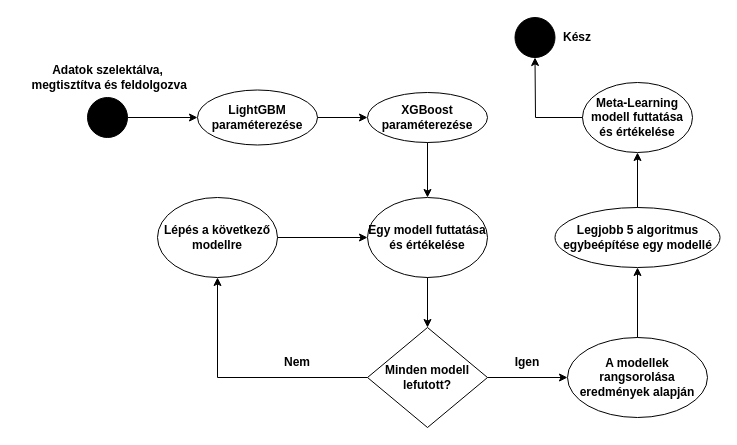
This is Modellek.drawio from HabanAndras/Gepi-latas, a draw.io file, before an edit. Source tidied: cells renumbered, new cells numbered last; positions are measured from the earlier drawing's top-left corner, leaving out a move shared by most shapes. Both pictures are drawn from the tidied source at 100%, with x=0, y=0 at pixel (17, 17).
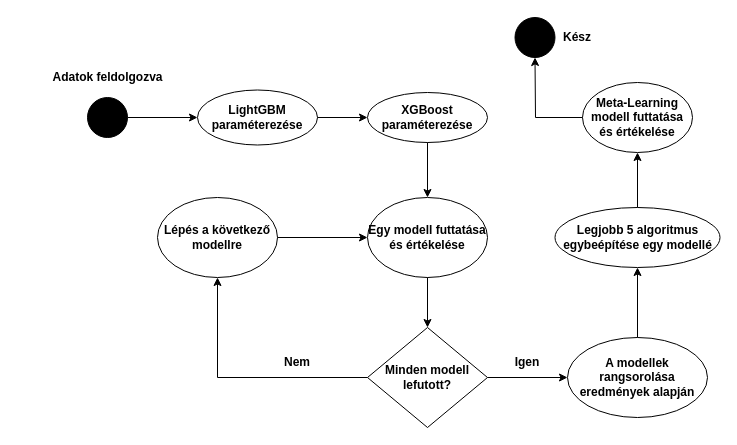
After the change.

Diff of the diagram source:
```diff
@@
-    <mxCell id="3" value="&lt;div&gt;&lt;b&gt;Adatok szelektálva,&lt;br&gt;&lt;/b&gt;&lt;/div&gt;&lt;div&gt;&lt;b&gt;&amp;nbsp;megtisztítva és feldolgozva&lt;br&gt;&lt;/b&gt;&lt;/div&gt;" style="text;html=1;align=center;verticalAlign=middle;strokeColor=none;fillColor=none;" parent="1" vertex="1">
-      <mxGeometry y="40" width="180" height="40" as="geometry" />
+    <mxCell id="3" value="&lt;b&gt;Adatok feldolgozva&lt;br&gt;&lt;/b&gt;" style="text;html=1;align=center;verticalAlign=middle;strokeColor=none;fillColor=none;" parent="1" vertex="1">
+      <mxGeometry x="25" y="45" width="130" height="30" as="geometry" />
     </mxCell>
```
